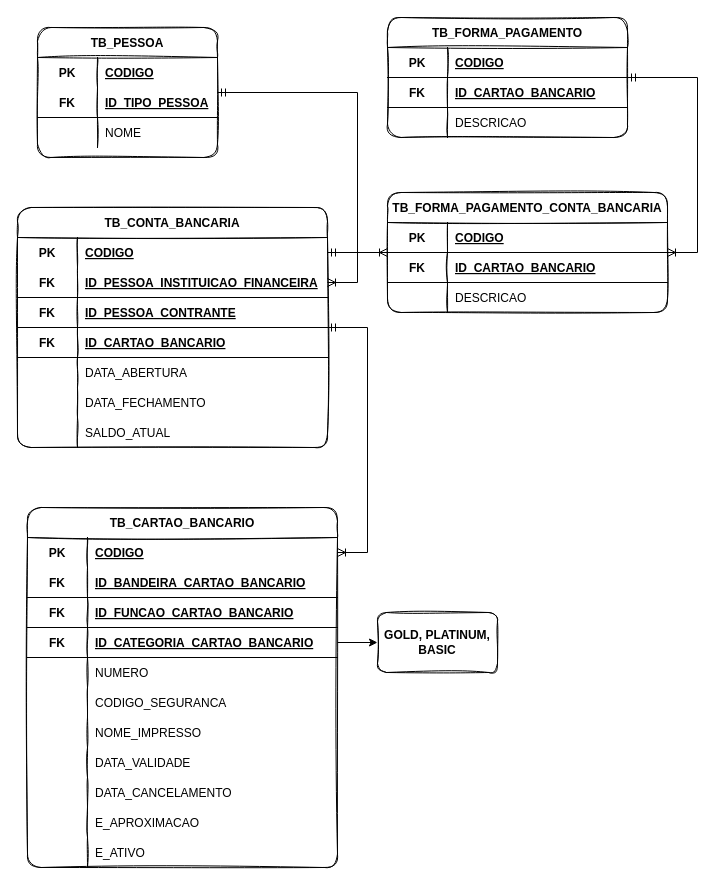
Above: src/main/resources/Sistema Gerenciamento Financeiro - Módulo de Forma de Pagamento.drawio in quintino-digital/gerfinancapi (draw.io), before the change. Source tidied: cells renumbered, new cells numbered last; positions are measured from the earlier drawing's top-left corner, leaving out a move shared by most shapes. Both pictures are drawn from the tidied source at 100%, with x=0, y=0 at pixel (17, 17).
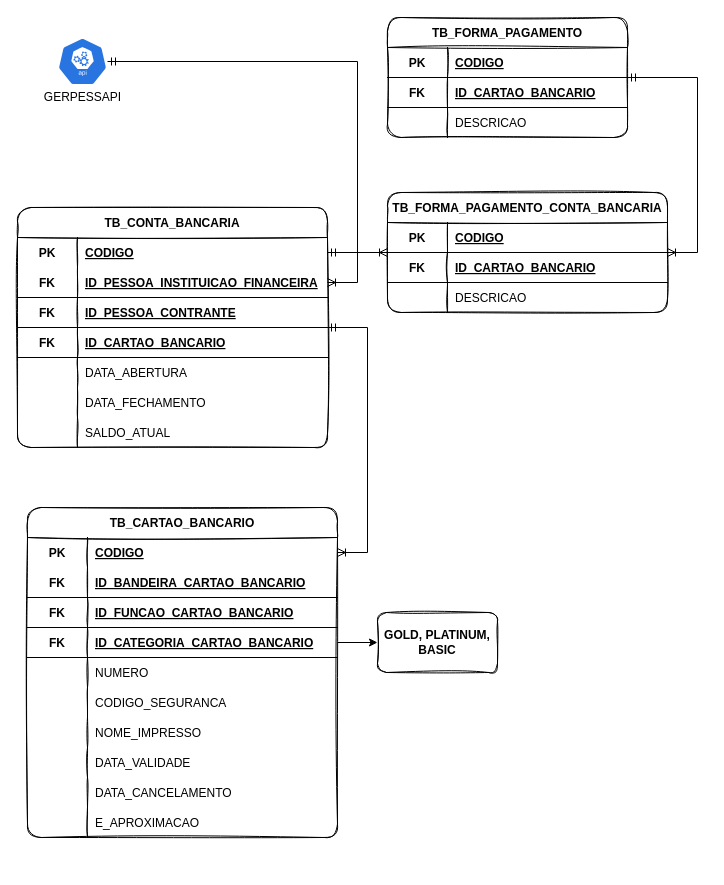
The same page after the edit.

Commit message:
:bulb: document: Modelagem Forma de Pagamento

The change refers to these unchanged cells:
```xml
<mxCell id="16" style="shape=tableRow;horizontal=0;startSize=0;swimlaneHead=0;swimlaneBody=0;fillColor=none;points=[[0,0.5],[1,0.5]];portConstraint=eastwest;top=0;left=0;right=0;bottom=1;" parent="12" vertex="1">
  <mxGeometry y="60" width="310" height="30" as="geometry" />
</mxCell>
```

What changed in the source:
```diff
@@
-    <mxCell id="2" value="TB_PESSOA" style="shape=table;startSize=30;childLayout=tableLayout;rowLines=0;fontStyle=1;align=center;rounded=1;sketch=1;shadow=0;" parent="1" vertex="1">
-      <mxGeometry x="20" y="10" width="180" height="130" as="geometry" />
-    </mxCell>
-    <mxCell id="3" style="shape=tableRow;horizontal=0;startSize=0;swimlaneHead=0;swimlaneBody=0;fillColor=none;top=0;left=0;right=0;bottom=0;" parent="2" vertex="1">
-      <mxGeometry y="30" width="180" height="30" as="geometry" />
-    </mxCell>
-    <mxCell id="4" value="PK" style="shape=partialRectangle;fillColor=none;top=0;left=0;bottom=0;right=0;fontStyle=1;overflow=hidden;" parent="3" vertex="1">
-      <mxGeometry width="60" height="30" as="geometry" />
-    </mxCell>
-    <mxCell id="5" value="CODIGO" style="shape=partialRectangle;fillColor=none;top=0;left=0;bottom=0;right=0;align=left;spacingLeft=6;fontStyle=5;overflow=hidden;" parent="3" vertex="1">
-      <mxGeometry x="60" width="120" height="30" as="geometry" />
-    </mxCell>
-    <mxCell id="6" style="shape=tableRow;horizontal=0;startSize=0;swimlaneHead=0;swimlaneBody=0;fillColor=none;top=0;left=0;right=0;bottom=1;" parent="2" vertex="1">
-      <mxGeometry y="60" width="180" height="30" as="geometry" />
-    </mxCell>
-    <mxCell id="7" value="FK" style="shape=partialRectangle;fillColor=none;top=0;left=0;bottom=0;right=0;fontStyle=1;overflow=hidden;" parent="6" vertex="1">
-      <mxGeometry width="60" height="30" as="geometry" />
-    </mxCell>
-    <mxCell id="8" value="ID_TIPO_PESSOA" style="shape=partialRectangle;fillColor=none;top=0;left=0;bottom=0;right=0;align=left;spacingLeft=6;fontStyle=5;overflow=hidden;" parent="6" vertex="1">
-      <mxGeometry x="60" width="120" height="30" as="geometry" />
-    </mxCell>
-    <mxCell id="9" style="shape=tableRow;horizontal=0;startSize=0;swimlaneHead=0;swimlaneBody=0;fillColor=none;top=0;left=0;right=0;bottom=0;" parent="2" vertex="1">
-      <mxGeometry y="90" width="180" height="30" as="geometry" />
-    </mxCell>
-    <mxCell id="10" style="shape=partialRectangle;fillColor=none;top=0;left=0;bottom=0;right=0;overflow=hidden;" parent="9" vertex="1">
-      <mxGeometry width="60" height="30" as="geometry" />
-    </mxCell>
-    <mxCell id="11" value="NOME" style="shape=partialRectangle;fillColor=none;top=0;left=0;bottom=0;right=0;align=left;spacingLeft=6;overflow=hidden;" parent="9" vertex="1">
-      <mxGeometry x="60" width="120" height="30" as="geometry" />
-    </mxCell>
@@
     <mxCell id="45" value="TB_CARTAO_BANCARIO" style="shape=table;startSize=30;childLayout=tableLayout;rowLines=0;fontStyle=1;align=center;rounded=1;sketch=1;shadow=0;" parent="1" vertex="1">
-      <mxGeometry x="10" y="490" width="310" height="360" as="geometry" />
+      <mxGeometry x="10" y="490" width="310" height="330" as="geometry" />
     </mxCell>
@@
-    <mxCell id="76" style="shape=tableRow;horizontal=0;startSize=0;swimlaneHead=0;swimlaneBody=0;fillColor=none;top=0;left=0;right=0;bottom=0;" parent="45" vertex="1">
-      <mxGeometry y="330" width="310" height="30" as="geometry" />
-    </mxCell>
-    <mxCell id="77" style="shape=partialRectangle;fillColor=none;top=0;left=0;bottom=0;right=0;overflow=hidden;" parent="76" vertex="1">
-      <mxGeometry width="60" height="30" as="geometry" />
-    </mxCell>
-    <mxCell id="78" value="E_ATIVO" style="shape=partialRectangle;fillColor=none;top=0;left=0;bottom=0;right=0;align=left;spacingLeft=6;overflow=hidden;" parent="76" vertex="1">
-      <mxGeometry x="60" width="250" height="30" as="geometry" />
-    </mxCell>
@@
-    <mxCell id="93" style="edgeStyle=entityRelationEdgeStyle;fontSize=12;html=1;endArrow=ERoneToMany;startArrow=ERmandOne;rounded=0;" parent="1" edge="1" source="2" target="16">
+    <mxCell id="93" style="edgeStyle=entityRelationEdgeStyle;fontSize=12;html=1;endArrow=ERoneToMany;startArrow=ERmandOne;rounded=0;" parent="1" edge="1" source="94" target="16">
       <mxGeometry relative="1" as="geometry" />
     </mxCell>
+    <mxCell id="94" value="&lt;br&gt;&lt;br&gt;&lt;br&gt;&lt;br&gt;&lt;br&gt;GERPESSAPI" style="sketch=0;html=1;dashed=0;whitespace=wrap;fillColor=#2875E2;strokeColor=#ffffff;points=[[0.005,0.63,0],[0.1,0.2,0],[0.9,0.2,0],[0.5,0,0],[0.995,0.63,0],[0.72,0.99,0],[0.5,1,0],[0.28,0.99,0]];shape=mxgraph.kubernetes.icon;prIcon=api;" parent="1" vertex="1">
+      <mxGeometry x="40" y="20" width="50" height="48" as="geometry" />
+    </mxCell>
```
